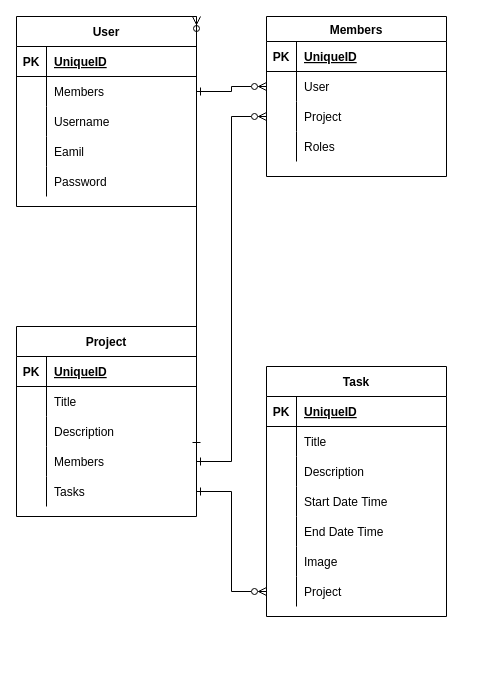
Before: db_design/db_design.drawio in ExWhyZi/todo_list_go, a draw.io diagram. Source tidied: cells renumbered, new cells numbered last; positions are measured from the earlier drawing's top-left corner, leaving out a move shared by most shapes. Both pictures are drawn from the tidied source at 100%, with x=0, y=0 at pixel (16, 16).
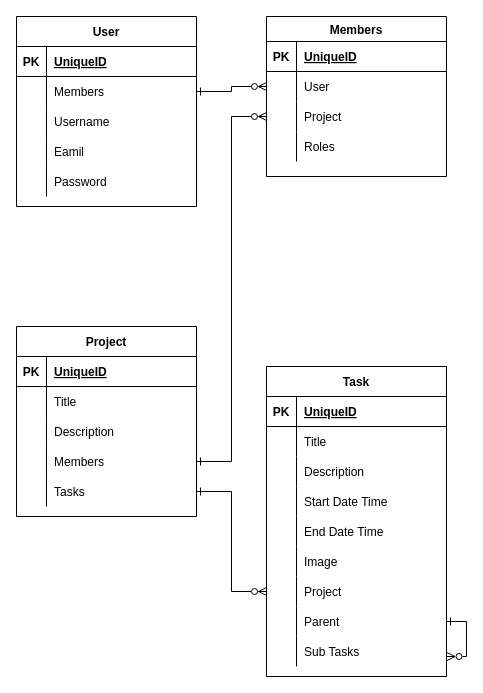
The same page after the edit.

The change refers to these unchanged cells:
```xml
<mxCell id="28" style="shape=tableRow;horizontal=0;startSize=0;swimlaneHead=0;swimlaneBody=0;fillColor=none;points=[[0,0.5],[1,0.5]];portConstraint=eastwest;top=0;left=0;right=0;bottom=0;" parent="18" vertex="1">
  <mxGeometry y="120" width="180" height="30" as="geometry" />
</mxCell>
```

The edit, as a diff of the source:
```diff
@@
     <mxCell id="34" value="Task" style="shape=table;startSize=30;childLayout=tableLayout;rowLines=0;fontStyle=1;align=center;" parent="1" vertex="1">
-      <mxGeometry x="250" y="350" width="180" height="250" as="geometry" />
+      <mxGeometry x="250" y="350" width="180" height="310" as="geometry" />
     </mxCell>
@@
+    <mxCell id="74" style="shape=tableRow;horizontal=0;startSize=0;swimlaneHead=0;swimlaneBody=0;fillColor=none;points=[[0,0.5],[1,0.5]];portConstraint=eastwest;top=0;left=0;right=0;bottom=0;" parent="34" vertex="1">
+      <mxGeometry y="240" width="180" height="30" as="geometry" />
+    </mxCell>
+    <mxCell id="75" style="shape=partialRectangle;fillColor=none;top=0;left=0;bottom=0;right=0;overflow=hidden;" parent="74" vertex="1">
+      <mxGeometry width="30" height="30" as="geometry" />
+    </mxCell>
+    <mxCell id="76" value="Parent" style="shape=partialRectangle;fillColor=none;top=0;left=0;bottom=0;right=0;align=left;spacingLeft=6;overflow=hidden;" parent="74" vertex="1">
+      <mxGeometry x="30" width="150" height="30" as="geometry" />
+    </mxCell>
+    <mxCell id="77" style="shape=tableRow;horizontal=0;startSize=0;swimlaneHead=0;swimlaneBody=0;fillColor=none;top=0;left=0;right=0;bottom=0;" parent="34" vertex="1">
+      <mxGeometry y="270" width="180" height="30" as="geometry" />
+    </mxCell>
+    <mxCell id="78" style="shape=partialRectangle;fillColor=none;top=0;left=0;bottom=0;right=0;overflow=hidden;" parent="77" vertex="1">
+      <mxGeometry width="30" height="30" as="geometry" />
+    </mxCell>
+    <mxCell id="79" value="Sub Tasks" style="shape=partialRectangle;fillColor=none;top=0;left=0;bottom=0;right=0;align=left;spacingLeft=6;overflow=hidden;" parent="77" vertex="1">
+      <mxGeometry x="30" width="150" height="30" as="geometry" />
+    </mxCell>
@@
-    <mxCell id="72" style="edgeStyle=orthogonalEdgeStyle;rounded=0;jettySize=auto;html=1;startArrow=ERone;startFill=0;endArrow=ERzeroToMany;endFill=0;entryX=0;entryY=0.5;entryDx=0;entryDy=0;" parent="1" edge="1" source="28">
-      <mxGeometry relative="1" as="geometry">
-        <mxPoint x="180" as="targetPoint" />
-        <Array as="points">
-          <mxPoint x="180" y="365" />
-          <mxPoint x="180" y="18" />
-        </Array>
-      </mxGeometry>
-    </mxCell>
@@
+    <mxCell id="80" style="edgeStyle=orthogonalEdgeStyle;rounded=0;jettySize=auto;html=1;endArrow=ERzeroToMany;endFill=0;startArrow=ERone;startFill=0;" parent="1" edge="1" source="74">
+      <mxGeometry relative="1" as="geometry">
+        <mxPoint x="430" y="640" as="targetPoint" />
+      </mxGeometry>
+    </mxCell>
```
